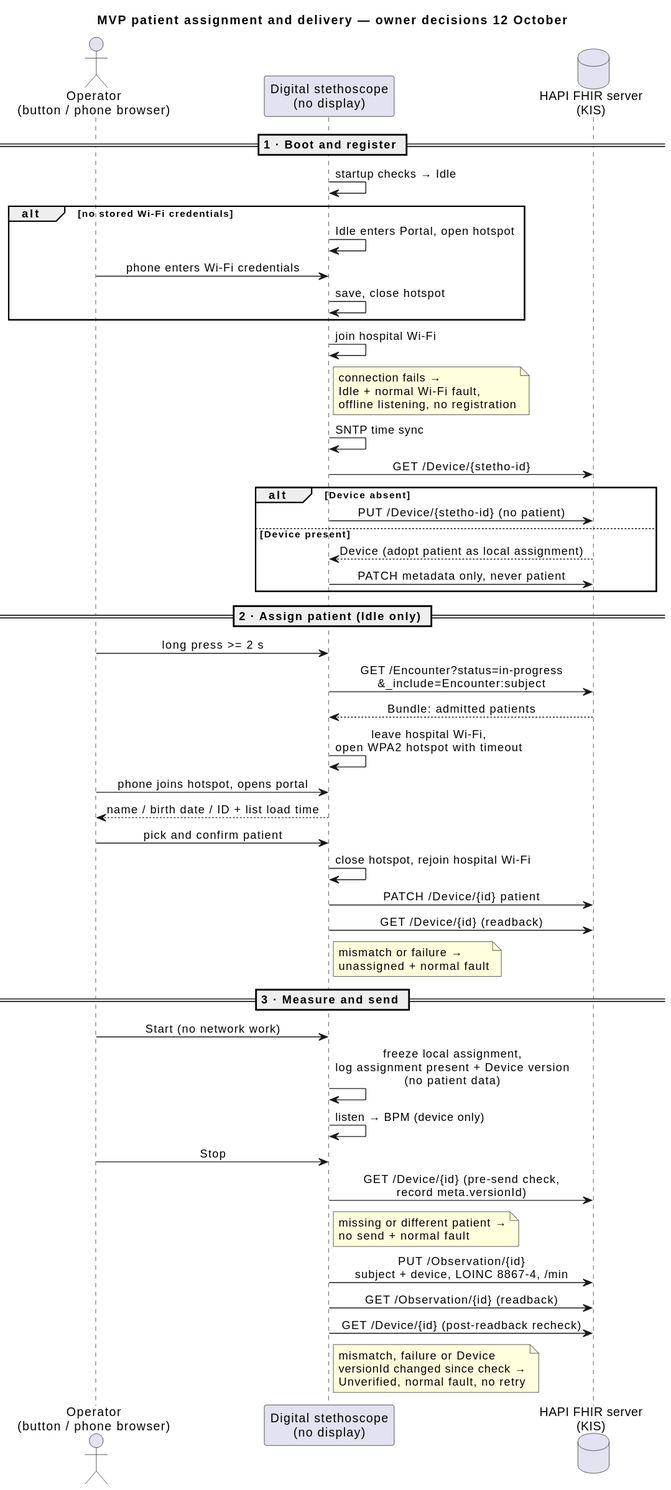
This is Development/system/architecture/rendered/patient_assignment_workflow.svg from DemonicPsychoII/DigitalStethoscope, a PlantUML export, as it was before one commit.
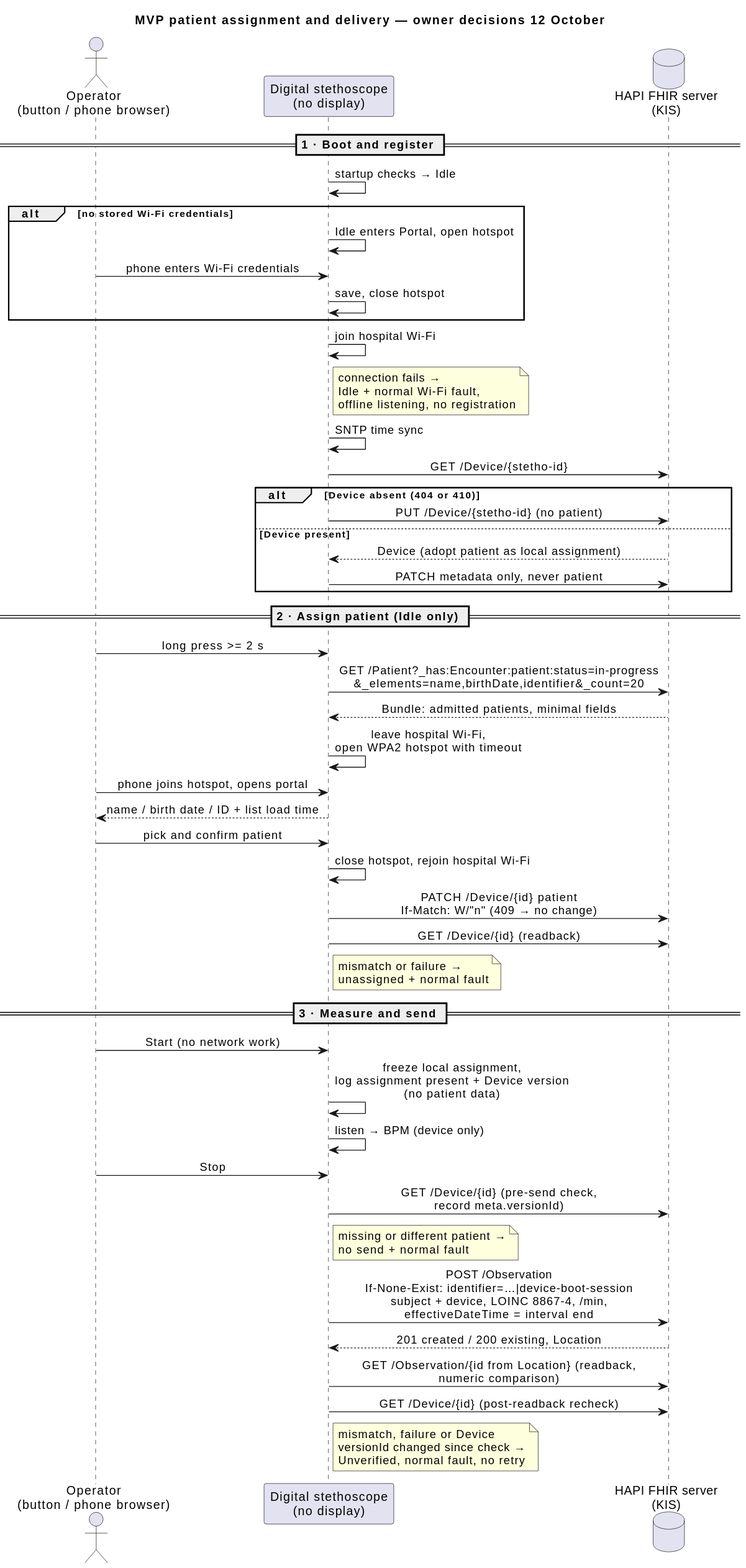
After the change.

Commit message:
Decide FHIR write contract after backend simulation

What changed in the source:
```diff
@@ -18,7 +18,7 @@
 note right of dev : connection fails →\nIdle + normal Wi-Fi fault,\noffline listening, no registration
 dev -> dev : SNTP time sync
 dev -> fhir : GET /Device/{stetho-id}
-alt Device absent
+alt Device absent (404 or 410)
   dev -> fhir : PUT /Device/{stetho-id} (no patient)
 else Device present
   fhir --> dev : Device (adopt patient as local assignment)
@@ -27,14 +27,14 @@
 
 == 2 · Assign patient (Idle only) ==
 op -> dev : long press >= 2 s
-dev -> fhir : GET /Encounter?status=in-progress\n&_include=Encounter:subject
-fhir --> dev : Bundle: admitted patients
+dev -> fhir : GET /Patient?_has:Encounter:patient:status=in-progress\n&_elements=name,birthDate,identifier&_count=20
+fhir --> dev : Bundle: admitted patients, minimal fields
 dev -> dev : leave hospital Wi-Fi,\nopen WPA2 hotspot with timeout
 op -> dev : phone joins hotspot, opens portal
 dev --> op : name / birth date / ID + list load time
 op -> dev : pick and confirm patient
 dev -> dev : close hotspot, rejoin hospital Wi-Fi
-dev -> fhir : PATCH /Device/{id} patient
+dev -> fhir : PATCH /Device/{id} patient\nIf-Match: W/"n" (409 → no change)
 dev -> fhir : GET /Device/{id} (readback)
 note right of dev : mismatch or failure →\nunassigned + normal fault
 
@@ -45,8 +45,9 @@
 op -> dev : Stop
 dev -> fhir : GET /Device/{id} (pre-send check,\nrecord meta.versionId)
 note right of dev : missing or different patient →\nno send + normal fault
-dev -> fhir : PUT /Observation/{id}\nsubject + device, LOINC 8867-4, /min
-dev -> fhir : GET /Observation/{id} (readback)
+dev -> fhir : POST /Observation\nIf-None-Exist: identifier=…|device-boot-session\nsubject + device, LOINC 8867-4, /min,\neffectiveDateTime = interval end
+fhir --> dev : 201 created / 200 existing, Location
+dev -> fhir : GET /Observation/{id from Location} (readback,\nnumeric comparison)
 dev -> fhir : GET /Device/{id} (post-readback recheck)
 note right of dev : mismatch, failure or Device\nversionId changed since check →\nUnverified, normal fault, no retry
 @enduml
```
